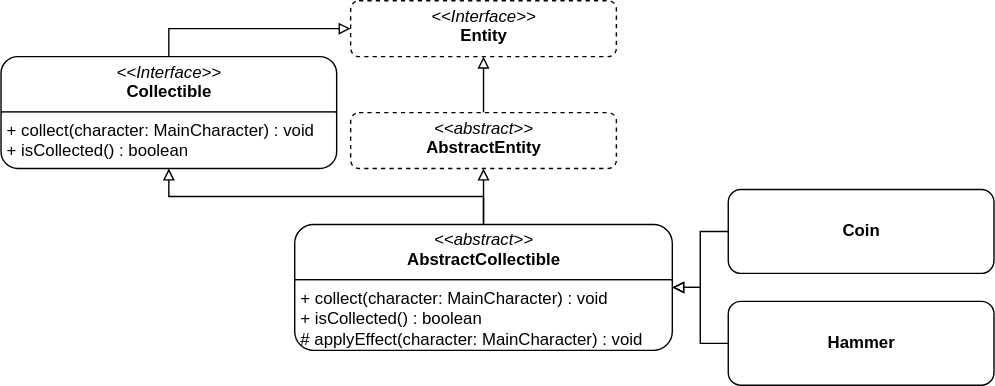
Above: report/svg/Collectible.svg in unibo-oop-projects/OOP24-AlessandroRebosio-FilippoRicciotti-Grace-GraziaBochdanovits-RenovateBot-coffeBreak (draw.io), before the change. Source tidied: cells renumbered, new cells last; positions are measured from the earlier drawing's top-left corner, leaving out a move shared by most shapes.
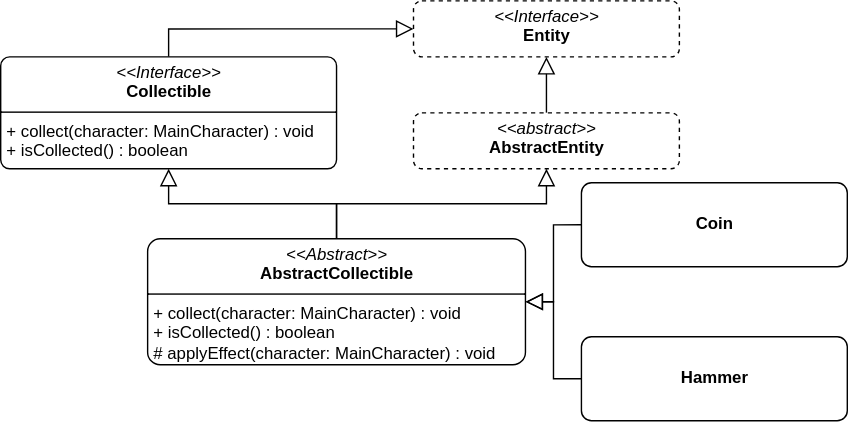
The same file after the commit.

Commit message:
fixed collectible UML and added ModelState UML

What changed in the source:
```diff
@@ -3,40 +3,40 @@
     <mxCell id="0" />
     <mxCell id="1" parent="0" />
     <mxCell id="2" value="&lt;p style=&quot;margin:0px;margin-top:4px;text-align:center;&quot;&gt;&lt;i&gt;&amp;lt;&amp;lt;Interface&amp;gt;&amp;gt;&lt;/i&gt;&lt;br&gt;&lt;b&gt;Entity&lt;/b&gt;&lt;/p&gt;" style="verticalAlign=top;align=left;overflow=fill;html=1;whiteSpace=wrap;dashed=1;rounded=1;" parent="1" vertex="1">
-      <mxGeometry x="250" width="190" height="40" as="geometry" />
+      <mxGeometry x="420" y="30" width="190" height="40" as="geometry" />
     </mxCell>
-    <mxCell id="3" style="edgeStyle=orthogonalEdgeStyle;rounded=0;jettySize=auto;html=1;exitX=0.5;exitY=0;exitDx=0;exitDy=0;entryX=0.5;entryY=1;entryDx=0;entryDy=0;endArrow=block;endFill=0;" parent="1" edge="1" source="4" target="2">
+    <mxCell id="3" style="edgeStyle=orthogonalEdgeStyle;rounded=0;jettySize=auto;html=1;exitX=0.5;exitY=0;exitDx=0;exitDy=0;entryX=0.5;entryY=1;entryDx=0;entryDy=0;endArrow=block;endFill=0;endSize=10;" parent="1" edge="1" source="4" target="2">
       <mxGeometry relative="1" as="geometry" />
     </mxCell>
     <mxCell id="4" value="&lt;p style=&quot;margin:0px;margin-top:4px;text-align:center;&quot;&gt;&lt;i&gt;&amp;lt;&amp;lt;abstract&amp;gt;&amp;gt;&lt;/i&gt;&lt;br&gt;&lt;b&gt;AbstractEntity&lt;/b&gt;&lt;/p&gt;" style="verticalAlign=top;align=left;overflow=fill;html=1;whiteSpace=wrap;dashed=1;rounded=1;" parent="1" vertex="1">
-      <mxGeometry x="250" y="80" width="190" height="40" as="geometry" />
+      <mxGeometry x="420" y="110" width="190" height="40" as="geometry" />
     </mxCell>
-    <mxCell id="5" style="edgeStyle=orthogonalEdgeStyle;rounded=0;jettySize=auto;html=1;exitX=0.5;exitY=0;exitDx=0;exitDy=0;entryX=0;entryY=0.5;entryDx=0;entryDy=0;endArrow=block;endFill=0;" parent="1" edge="1" source="6" target="2">
+    <mxCell id="5" style="edgeStyle=orthogonalEdgeStyle;rounded=0;jettySize=auto;html=1;exitX=0.5;exitY=0;exitDx=0;exitDy=0;entryX=0;entryY=0.5;entryDx=0;entryDy=0;endArrow=block;endFill=0;endSize=10;" parent="1" edge="1" source="6" target="2">
       <mxGeometry relative="1" as="geometry" />
     </mxCell>
-    <mxCell id="6" value="&lt;p style=&quot;margin:0px;margin-top:4px;text-align:center;&quot;&gt;&lt;i&gt;&amp;lt;&amp;lt;Interface&amp;gt;&amp;gt;&lt;/i&gt;&lt;br&gt;&lt;b&gt;Collectible&lt;/b&gt;&lt;/p&gt;&lt;hr size=&quot;1&quot; style=&quot;border-style:solid;&quot;&gt;&lt;p style=&quot;margin:0px;margin-left:4px;&quot;&gt;+ collect(character: MainCharacter) : void&lt;/p&gt;&lt;p style=&quot;margin:0px;margin-left:4px;&quot;&gt;+ isCollected() : boolean&lt;/p&gt;" style="verticalAlign=top;align=left;overflow=fill;html=1;whiteSpace=wrap;rounded=1;" parent="1" vertex="1">
-      <mxGeometry y="40" width="240" height="80" as="geometry" />
+    <mxCell id="6" value="&lt;p style=&quot;margin:0px;margin-top:4px;text-align:center;&quot;&gt;&lt;i&gt;&amp;lt;&amp;lt;Interface&amp;gt;&amp;gt;&lt;/i&gt;&lt;br&gt;&lt;b&gt;Collectible&lt;/b&gt;&lt;/p&gt;&lt;hr size=&quot;1&quot; style=&quot;border-style:solid;&quot;&gt;&lt;p style=&quot;margin:0px;margin-left:4px;&quot;&gt;+ collect(character: MainCharacter) : void&lt;/p&gt;&lt;p style=&quot;margin:0px;margin-left:4px;&quot;&gt;+ isCollected() : boolean&lt;/p&gt;" style="verticalAlign=top;align=left;overflow=fill;html=1;whiteSpace=wrap;rounded=1;arcSize=8;" parent="1" vertex="1">
+      <mxGeometry x="125" y="70" width="240" height="80" as="geometry" />
     </mxCell>
-    <mxCell id="7" style="edgeStyle=orthogonalEdgeStyle;rounded=0;jettySize=auto;html=1;exitX=0.5;exitY=0;exitDx=0;exitDy=0;entryX=0.5;entryY=1;entryDx=0;entryDy=0;endArrow=block;endFill=0;" parent="1" edge="1" source="9" target="6">
+    <mxCell id="7" style="edgeStyle=orthogonalEdgeStyle;rounded=0;jettySize=auto;html=1;exitX=0.5;exitY=0;exitDx=0;exitDy=0;entryX=0.5;entryY=1;entryDx=0;entryDy=0;endArrow=block;endFill=0;endSize=10;" parent="1" edge="1" source="9" target="6">
       <mxGeometry relative="1" as="geometry" />
     </mxCell>
-    <mxCell id="8" style="edgeStyle=orthogonalEdgeStyle;rounded=0;jettySize=auto;html=1;exitX=0.5;exitY=0;exitDx=0;exitDy=0;entryX=0.5;entryY=1;entryDx=0;entryDy=0;endArrow=block;endFill=0;" parent="1" edge="1" source="9" target="4">
+    <mxCell id="8" style="edgeStyle=orthogonalEdgeStyle;rounded=0;jettySize=auto;html=1;exitX=0.5;exitY=0;exitDx=0;exitDy=0;entryX=0.5;entryY=1;entryDx=0;entryDy=0;endArrow=block;endFill=0;endSize=10;" parent="1" edge="1" source="9" target="4">
       <mxGeometry relative="1" as="geometry" />
     </mxCell>
-    <mxCell id="9" value="&lt;p style=&quot;margin:0px;margin-top:4px;text-align:center;&quot;&gt;&lt;i&gt;&amp;lt;&amp;lt;abstract&amp;gt;&amp;gt;&lt;/i&gt;&lt;br&gt;&lt;b&gt;AbstractCollectible&lt;/b&gt;&lt;/p&gt;&lt;hr size=&quot;1&quot; style=&quot;border-style:solid;&quot;&gt;&lt;p style=&quot;margin:0px;margin-left:4px;&quot;&gt;+ collect(character: MainCharacter) : void&lt;/p&gt;&lt;p style=&quot;margin:0px;margin-left:4px;&quot;&gt;+ isCollected() : boolean&lt;/p&gt;&lt;p style=&quot;margin:0px;margin-left:4px;&quot;&gt;# applyEffect(character: MainCharacter) : void&lt;/p&gt;" style="verticalAlign=top;align=left;overflow=fill;html=1;whiteSpace=wrap;rounded=1;" parent="1" vertex="1">
-      <mxGeometry x="210" y="160" width="270" height="90" as="geometry" />
+    <mxCell id="9" value="&lt;p style=&quot;margin:0px;margin-top:4px;text-align:center;&quot;&gt;&lt;i&gt;&amp;lt;&amp;lt;Abstract&amp;gt;&amp;gt;&lt;/i&gt;&lt;br&gt;&lt;b&gt;AbstractCollectible&lt;/b&gt;&lt;/p&gt;&lt;hr size=&quot;1&quot; style=&quot;border-style:solid;&quot;&gt;&lt;p style=&quot;margin:0px;margin-left:4px;&quot;&gt;+ collect(character: MainCharacter) : void&lt;/p&gt;&lt;p style=&quot;margin:0px;margin-left:4px;&quot;&gt;+ isCollected() : boolean&lt;/p&gt;&lt;p style=&quot;margin:0px;margin-left:4px;&quot;&gt;# applyEffect(character: MainCharacter) : void&lt;/p&gt;" style="verticalAlign=top;align=left;overflow=fill;html=1;whiteSpace=wrap;rounded=1;arcSize=10;" parent="1" vertex="1">
+      <mxGeometry x="230" y="200" width="270" height="90" as="geometry" />
     </mxCell>
-    <mxCell id="10" style="edgeStyle=orthogonalEdgeStyle;rounded=0;jettySize=auto;html=1;exitX=0;exitY=0.5;exitDx=0;exitDy=0;entryX=1;entryY=0.5;entryDx=0;entryDy=0;endArrow=block;endFill=0;" parent="1" edge="1" source="11" target="9">
+    <mxCell id="10" style="edgeStyle=orthogonalEdgeStyle;rounded=0;jettySize=auto;html=1;exitX=0;exitY=0.5;exitDx=0;exitDy=0;entryX=1;entryY=0.5;entryDx=0;entryDy=0;endArrow=block;endFill=0;endSize=10;" parent="1" edge="1" source="11" target="9">
       <mxGeometry relative="1" as="geometry" />
     </mxCell>
-    <mxCell id="11" value="&lt;p style=&quot;margin:0px;margin-top:4px;text-align:center;&quot;&gt;&lt;b&gt;&lt;br&gt;&lt;/b&gt;&lt;/p&gt;&lt;p style=&quot;margin:0px;margin-top:4px;text-align:center;&quot;&gt;&lt;b&gt;Hammer&lt;/b&gt;&lt;/p&gt;" style="verticalAlign=top;align=left;overflow=fill;html=1;whiteSpace=wrap;rounded=1;" parent="1" vertex="1">
-      <mxGeometry x="520" y="215" width="190" height="60" as="geometry" />
+    <mxCell id="11" value="&lt;p style=&quot;margin:0px;margin-top:4px;text-align:center;&quot;&gt;&lt;b&gt;&lt;br&gt;&lt;/b&gt;&lt;/p&gt;&lt;p style=&quot;margin:0px;margin-top:4px;text-align:center;&quot;&gt;&lt;b&gt;Hammer&lt;/b&gt;&lt;/p&gt;" style="verticalAlign=top;align=left;overflow=fill;html=1;whiteSpace=wrap;rounded=1;arcSize=12;" parent="1" vertex="1">
+      <mxGeometry x="540" y="270" width="190" height="60" as="geometry" />
     </mxCell>
-    <mxCell id="12" style="edgeStyle=orthogonalEdgeStyle;rounded=0;jettySize=auto;html=1;exitX=0;exitY=0.5;exitDx=0;exitDy=0;entryX=1;entryY=0.5;entryDx=0;entryDy=0;endArrow=block;endFill=0;" parent="1" edge="1" source="13" target="9">
+    <mxCell id="12" style="edgeStyle=orthogonalEdgeStyle;rounded=0;jettySize=auto;html=1;exitX=0;exitY=0.5;exitDx=0;exitDy=0;entryX=1;entryY=0.5;entryDx=0;entryDy=0;endArrow=block;endFill=0;endSize=10;" parent="1" edge="1" source="13" target="9">
       <mxGeometry relative="1" as="geometry" />
     </mxCell>
-    <mxCell id="13" value="&lt;p style=&quot;margin:0px;margin-top:4px;text-align:center;&quot;&gt;&lt;b&gt;&lt;br&gt;&lt;/b&gt;&lt;/p&gt;&lt;p style=&quot;margin:0px;margin-top:4px;text-align:center;&quot;&gt;&lt;b&gt;Coin&lt;/b&gt;&lt;/p&gt;" style="verticalAlign=top;align=left;overflow=fill;html=1;whiteSpace=wrap;rounded=1;" parent="1" vertex="1">
-      <mxGeometry x="520" y="135" width="190" height="60" as="geometry" />
+    <mxCell id="13" value="&lt;p style=&quot;margin:0px;margin-top:4px;text-align:center;&quot;&gt;&lt;b&gt;&lt;br&gt;&lt;/b&gt;&lt;/p&gt;&lt;p style=&quot;margin:0px;margin-top:4px;text-align:center;&quot;&gt;&lt;b&gt;Coin&lt;/b&gt;&lt;/p&gt;" style="verticalAlign=top;align=left;overflow=fill;html=1;whiteSpace=wrap;rounded=1;arcSize=12;" parent="1" vertex="1">
+      <mxGeometry x="540" y="160" width="190" height="60" as="geometry" />
     </mxCell>
   </root>
 </mxGraphModel>
```
